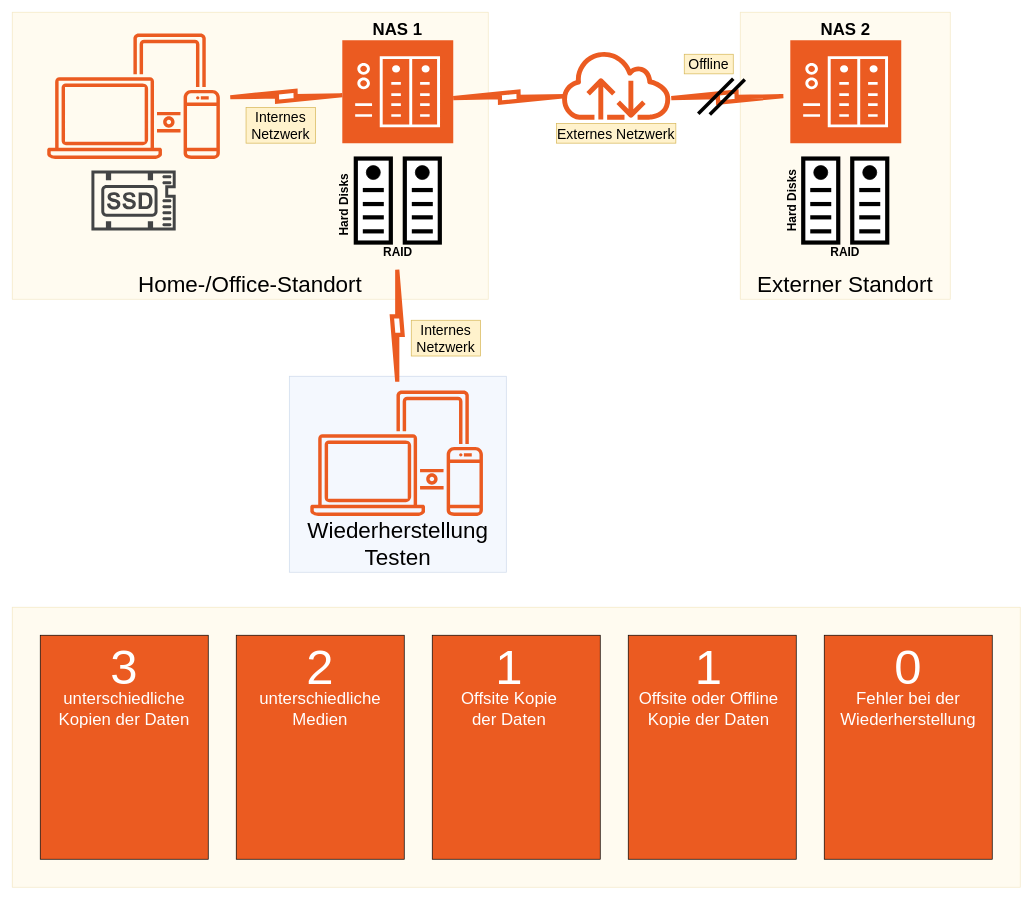
Above: SmarterTec Data Management 3-2-1-1-0.drawio in noelchiocchetti/SmarterTec (draw.io), before the change. Source tidied: cells renumbered, new cells numbered last; positions are measured from the earlier drawing's top-left corner, leaving out a move shared by most shapes. Both pictures are drawn from the tidied source at 70%, with x=0, y=0 at pixel (12, 12). Pictures stored in the file or linked from it are replaced by grey dashed boxes.
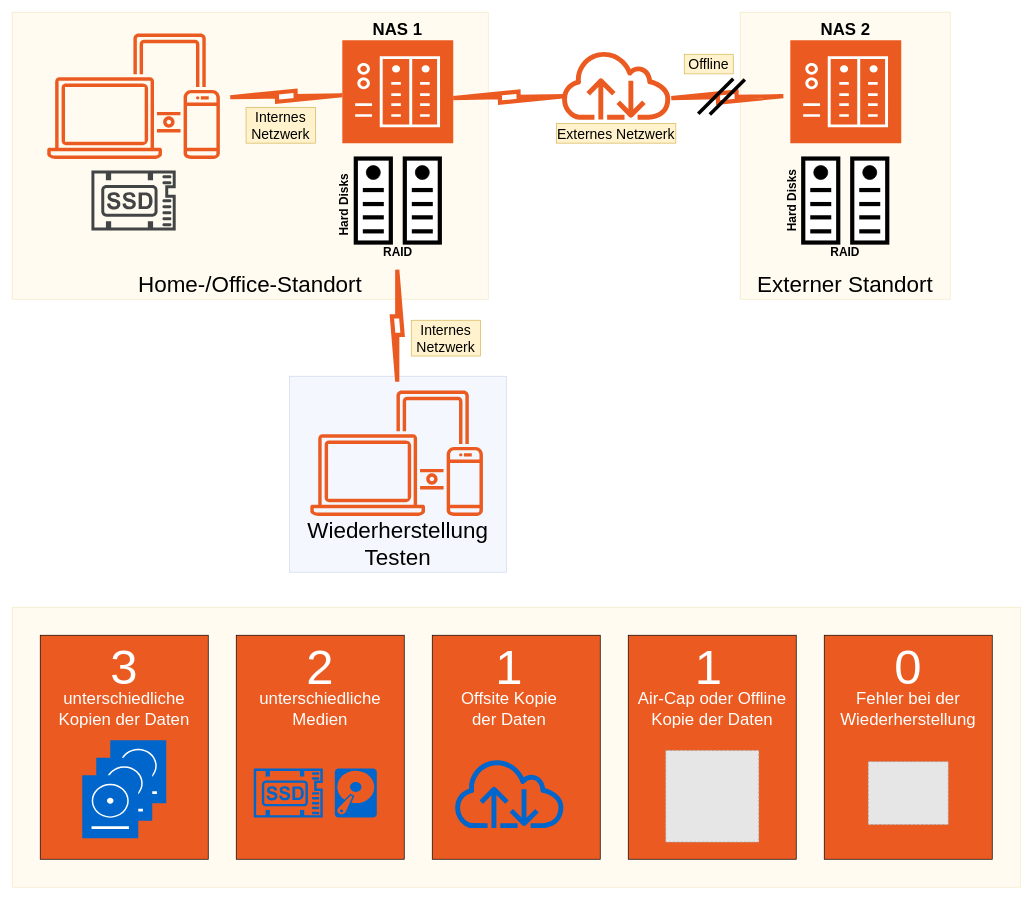
The same page after the edit.

Diff of the diagram source:
```diff
@@
-    <mxCell id="71" value="Offsite oder Offline Kopie der Daten" style="text;html=1;whiteSpace=wrap;strokeColor=none;fillColor=none;align=center;verticalAlign=middle;rounded=0;fontSize=24;fontColor=#FFFFFF;" parent="1" vertex="1">
-      <mxGeometry x="890" y="980" width="210" height="30" as="geometry" />
+    <mxCell id="71" value="Air-Cap oder Offline Kopie der Daten" style="text;html=1;whiteSpace=wrap;strokeColor=none;fillColor=none;align=center;verticalAlign=middle;rounded=0;fontSize=24;fontColor=#FFFFFF;" parent="1" vertex="1">
+      <mxGeometry x="890" y="980" width="220" height="30" as="geometry" />
     </mxCell>
@@
+    <mxCell id="73" style="sketch=0;shadow=0;dashed=0;html=1;strokeColor=none;fillColor=#0066CC;labelPosition=center;verticalLabelPosition=bottom;verticalAlign=top;align=center;shape=mxgraph.vvd.ssd;" parent="1" vertex="1">
+      <mxGeometry x="345" y="1080.5" width="98.6" height="70" as="geometry" />
+    </mxCell>
+    <mxCell id="74" style="sketch=0;shadow=0;dashed=0;html=1;strokeColor=none;fillColor=#0066CC;labelPosition=center;verticalLabelPosition=bottom;verticalAlign=top;align=center;shape=mxgraph.office.devices.hard_disk;" parent="1" vertex="1">
+      <mxGeometry x="460.8" y="1080.5" width="60" height="70" as="geometry" />
+    </mxCell>
+    <mxCell id="75" style="sketch=0;fontColor=#232F3E;gradientColor=none;fillColor=#0066CC;strokeColor=none;dashed=0;verticalLabelPosition=bottom;verticalAlign=top;align=center;html=1;fontSize=12;fontStyle=0;shape=mxgraph.aws4.internet;" parent="1" vertex="1">
+      <mxGeometry x="628.8" y="1065.5" width="162.5" height="100" as="geometry" />
+    </mxCell>
+    <mxCell id="76" style="fillColor=#E6E6E6;strokeColor=#999999;dashed=1;verticalLabelPosition=bottom;labelBackgroundColor=default;verticalAlign=top;" parent="1" vertex="1">
+      <mxGeometry x="933.5" y="1054.5" width="133.1" height="131" as="geometry" />
+    </mxCell>
+    <mxCell id="77" style="group;" parent="1" vertex="1">
+      <mxGeometry x="100" y="1040" width="120" height="140" as="geometry" />
+    </mxCell>
+    <mxCell id="78" style="sketch=0;shadow=0;dashed=0;html=1;strokeColor=none;fillColor=#0066CC;labelPosition=center;verticalLabelPosition=bottom;verticalAlign=top;align=center;shape=mxgraph.veeam2.hdd;" parent="77" vertex="1">
+      <mxGeometry x="40" width="80" height="90" as="geometry" />
+    </mxCell>
+    <mxCell id="79" style="sketch=0;shadow=0;dashed=0;html=1;strokeColor=none;fillColor=#0066CC;labelPosition=center;verticalLabelPosition=bottom;verticalAlign=top;align=center;shape=mxgraph.veeam2.hdd;" parent="77" vertex="1">
+      <mxGeometry x="20" y="25" width="80" height="90" as="geometry" />
+    </mxCell>
+    <mxCell id="80" style="sketch=0;shadow=0;dashed=0;html=1;strokeColor=none;fillColor=#0066CC;labelPosition=center;verticalLabelPosition=bottom;verticalAlign=top;align=center;shape=mxgraph.veeam2.hdd;" parent="77" vertex="1">
+      <mxGeometry y="50" width="80" height="90" as="geometry" />
+    </mxCell>
+    <mxCell id="81" style="fillColor=#E6E6E6;strokeColor=#999999;dashed=1;verticalLabelPosition=bottom;labelBackgroundColor=default;verticalAlign=top;" parent="1" vertex="1">
+      <mxGeometry x="1222.8" y="1070.5" width="114.4" height="90" as="geometry" />
+    </mxCell>
```
